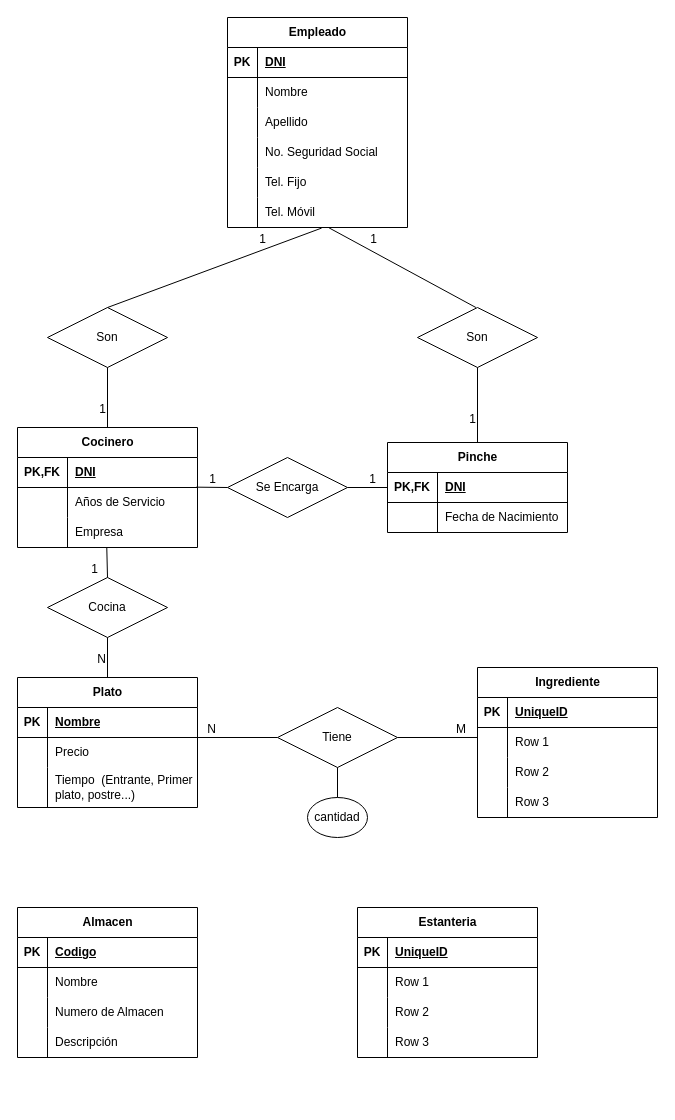
The draw.io diagram Ejercicio_13_Empresa_de_Comidas.drawio in BasementHalfStackDev/ejercicios-ud12, before the edit. Source tidied: cells renumbered, new cells numbered last; positions are measured from the earlier drawing's top-left corner, leaving out a move shared by most shapes. Both pictures are drawn from the tidied source at 100%, with x=0, y=0 at pixel (17, 17).
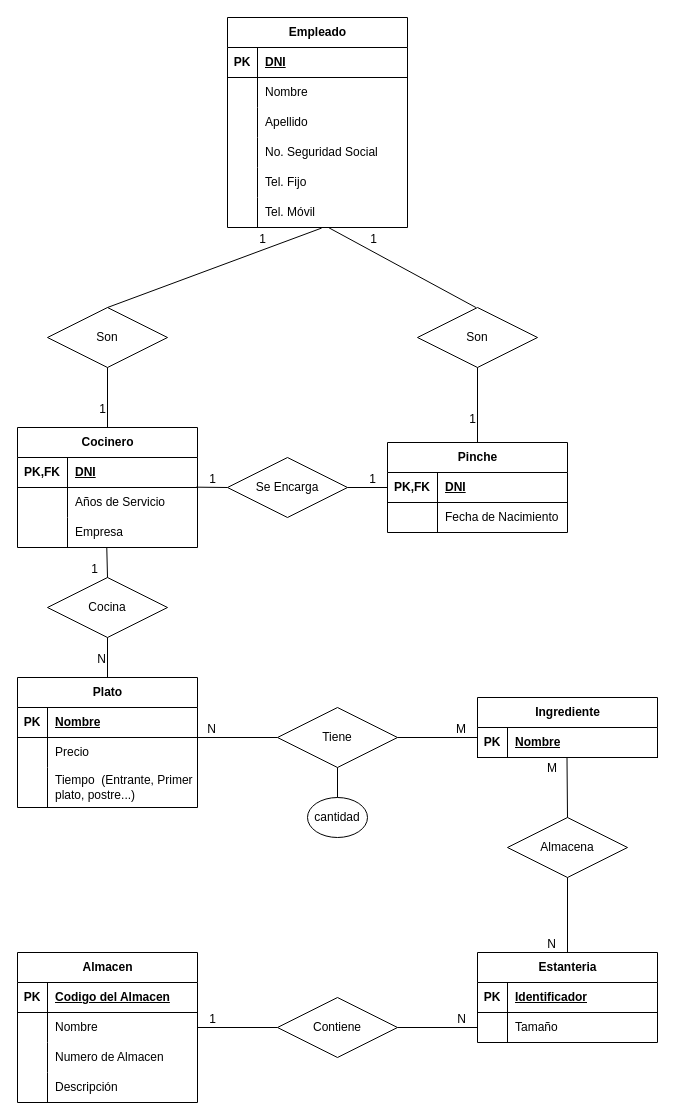
Above is the later version.

Unchanged cells that the change refers to:
```xml
<mxCell id="49" style="shape=tableRow;horizontal=0;startSize=0;swimlaneHead=0;swimlaneBody=0;fillColor=none;top=0;left=0;right=0;bottom=1;" parent="48" vertex="1">
  <mxGeometry y="30" width="180" height="30" as="geometry" />
</mxCell>
<mxCell id="81" value="Tiene" style="shape=rhombus;perimeter=rhombusPerimeter;whiteSpace=wrap;html=1;align=center;" parent="1" vertex="1">
  <mxGeometry x="260" y="690" width="120" height="60" as="geometry" />
</mxCell>
<mxCell id="89" style="shape=tableRow;horizontal=0;startSize=0;swimlaneHead=0;swimlaneBody=0;fillColor=none;top=0;left=0;right=0;bottom=1;" parent="88" vertex="1">
  <mxGeometry y="30" width="180" height="30" as="geometry" />
</mxCell>
<mxCell id="92" style="shape=tableRow;horizontal=0;startSize=0;swimlaneHead=0;swimlaneBody=0;fillColor=none;points=[[0,0.5],[1,0.5]];portConstraint=eastwest;top=0;left=0;right=0;bottom=0;" parent="88" vertex="1">
  <mxGeometry y="60" width="180" height="30" as="geometry" />
</mxCell>
<mxCell id="102" style="shape=tableRow;horizontal=0;startSize=0;swimlaneHead=0;swimlaneBody=0;fillColor=none;top=0;left=0;right=0;bottom=1;" parent="101" vertex="1">
  <mxGeometry y="30" width="180" height="30" as="geometry" />
</mxCell>
<mxCell id="105" style="shape=tableRow;horizontal=0;startSize=0;swimlaneHead=0;swimlaneBody=0;fillColor=none;points=[[0,0.5],[1,0.5]];portConstraint=eastwest;top=0;left=0;right=0;bottom=0;" parent="101" vertex="1">
  <mxGeometry y="60" width="180" height="30" as="geometry" />
</mxCell>
```

What changed in the source:
```diff
@@
     <mxCell id="48" value="Ingrediente" style="shape=table;startSize=30;childLayout=tableLayout;rowLines=0;fontStyle=1;align=center;html=1;" parent="1" vertex="1">
-      <mxGeometry x="460" y="650" width="180" height="150" as="geometry" />
+      <mxGeometry x="460" y="680" width="180" height="60" as="geometry" />
     </mxCell>
@@
-    <mxCell id="51" value="UniqueID" style="shape=partialRectangle;fillColor=none;top=0;left=0;bottom=0;right=0;align=left;spacingLeft=6;fontStyle=5;overflow=hidden;whiteSpace=wrap;html=1;" parent="49" vertex="1">
+    <mxCell id="51" value="Nombre" style="shape=partialRectangle;fillColor=none;top=0;left=0;bottom=0;right=0;align=left;spacingLeft=6;fontStyle=5;overflow=hidden;whiteSpace=wrap;html=1;" parent="49" vertex="1">
       <mxGeometry x="30" width="150" height="30" as="geometry" />
     </mxCell>
-    <mxCell id="52" style="shape=tableRow;horizontal=0;startSize=0;swimlaneHead=0;swimlaneBody=0;fillColor=none;points=[[0,0.5],[1,0.5]];portConstraint=eastwest;top=0;left=0;right=0;bottom=0;" parent="48" vertex="1">
-      <mxGeometry y="60" width="180" height="30" as="geometry" />
-    </mxCell>
-    <mxCell id="53" style="shape=partialRectangle;fillColor=none;top=0;left=0;bottom=0;right=0;overflow=hidden;whiteSpace=wrap;html=1;" parent="52" vertex="1">
-      <mxGeometry width="30" height="30" as="geometry" />
-    </mxCell>
-    <mxCell id="54" value="Row 1" style="shape=partialRectangle;fillColor=none;top=0;left=0;bottom=0;right=0;align=left;spacingLeft=6;overflow=hidden;whiteSpace=wrap;html=1;" parent="52" vertex="1">
-      <mxGeometry x="30" width="150" height="30" as="geometry" />
-    </mxCell>
-    <mxCell id="55" style="shape=tableRow;horizontal=0;startSize=0;swimlaneHead=0;swimlaneBody=0;fillColor=none;top=0;left=0;right=0;bottom=0;" parent="48" vertex="1">
-      <mxGeometry y="90" width="180" height="30" as="geometry" />
-    </mxCell>
-    <mxCell id="56" style="shape=partialRectangle;fillColor=none;top=0;left=0;bottom=0;right=0;overflow=hidden;whiteSpace=wrap;html=1;" parent="55" vertex="1">
-      <mxGeometry width="30" height="30" as="geometry" />
-    </mxCell>
-    <mxCell id="57" value="Row 2" style="shape=partialRectangle;fillColor=none;top=0;left=0;bottom=0;right=0;align=left;spacingLeft=6;overflow=hidden;whiteSpace=wrap;html=1;" parent="55" vertex="1">
-      <mxGeometry x="30" width="150" height="30" as="geometry" />
-    </mxCell>
-    <mxCell id="58" style="shape=tableRow;horizontal=0;startSize=0;swimlaneHead=0;swimlaneBody=0;fillColor=none;top=0;left=0;right=0;bottom=0;" parent="48" vertex="1">
-      <mxGeometry y="120" width="180" height="30" as="geometry" />
-    </mxCell>
-    <mxCell id="59" style="shape=partialRectangle;fillColor=none;top=0;left=0;bottom=0;right=0;overflow=hidden;whiteSpace=wrap;html=1;" parent="58" vertex="1">
-      <mxGeometry width="30" height="30" as="geometry" />
-    </mxCell>
-    <mxCell id="60" value="Row 3" style="shape=partialRectangle;fillColor=none;top=0;left=0;bottom=0;right=0;align=left;spacingLeft=6;overflow=hidden;whiteSpace=wrap;html=1;" parent="58" vertex="1">
-      <mxGeometry x="30" width="150" height="30" as="geometry" />
-    </mxCell>
@@
-    <mxCell id="86" style="endArrow=none;html=1;rounded=0;entryX=0;entryY=0.333;entryDx=0;entryDy=0;entryPerimeter=0;exitX=1;exitY=0.5;exitDx=0;exitDy=0;" parent="1" edge="1" source="81" target="52">
-      <mxGeometry relative="1" as="geometry" />
+    <mxCell id="86" style="endArrow=none;html=1;rounded=0;entryX=0;entryY=0.333;entryDx=0;entryDy=0;entryPerimeter=0;exitX=1;exitY=0.5;exitDx=0;exitDy=0;" parent="1" edge="1" source="81">
+      <mxGeometry relative="1" as="geometry">
+        <mxPoint x="460" y="720" as="targetPoint" />
+      </mxGeometry>
     </mxCell>
@@
     <mxCell id="88" value="Almacen" style="shape=table;startSize=30;childLayout=tableLayout;rowLines=0;fontStyle=1;align=center;html=1;" parent="1" vertex="1">
-      <mxGeometry y="890" width="180" height="150" as="geometry" />
+      <mxGeometry y="935" width="180" height="150" as="geometry" />
     </mxCell>
@@
-    <mxCell id="91" value="Codigo" style="shape=partialRectangle;fillColor=none;top=0;left=0;bottom=0;right=0;align=left;spacingLeft=6;fontStyle=5;overflow=hidden;whiteSpace=wrap;html=1;" parent="89" vertex="1">
+    <mxCell id="91" value="Codigo del Almacen" style="shape=partialRectangle;fillColor=none;top=0;left=0;bottom=0;right=0;align=left;spacingLeft=6;fontStyle=5;overflow=hidden;whiteSpace=wrap;html=1;" parent="89" vertex="1">
       <mxGeometry x="30" width="150" height="30" as="geometry" />
     </mxCell>
@@
     <mxCell id="101" value="Estanteria" style="shape=table;startSize=30;childLayout=tableLayout;rowLines=0;fontStyle=1;align=center;html=1;" parent="1" vertex="1">
-      <mxGeometry x="340" y="890" width="180" height="150" as="geometry" />
+      <mxGeometry x="460" y="935" width="180" height="90" as="geometry" />
     </mxCell>
@@
-    <mxCell id="104" value="UniqueID" style="shape=partialRectangle;fillColor=none;top=0;left=0;bottom=0;right=0;align=left;spacingLeft=6;fontStyle=5;overflow=hidden;whiteSpace=wrap;html=1;" parent="102" vertex="1">
+    <mxCell id="104" value="Identificador" style="shape=partialRectangle;fillColor=none;top=0;left=0;bottom=0;right=0;align=left;spacingLeft=6;fontStyle=5;overflow=hidden;whiteSpace=wrap;html=1;" parent="102" vertex="1">
       <mxGeometry x="30" width="150" height="30" as="geometry" />
     </mxCell>
@@
-    <mxCell id="107" value="Row 1" style="shape=partialRectangle;fillColor=none;top=0;left=0;bottom=0;right=0;align=left;spacingLeft=6;overflow=hidden;whiteSpace=wrap;html=1;" parent="105" vertex="1">
+    <mxCell id="107" value="Tamaño" style="shape=partialRectangle;fillColor=none;top=0;left=0;bottom=0;right=0;align=left;spacingLeft=6;overflow=hidden;whiteSpace=wrap;html=1;" parent="105" vertex="1">
       <mxGeometry x="30" width="150" height="30" as="geometry" />
     </mxCell>
-    <mxCell id="108" style="shape=tableRow;horizontal=0;startSize=0;swimlaneHead=0;swimlaneBody=0;fillColor=none;top=0;left=0;right=0;bottom=0;" parent="101" vertex="1">
-      <mxGeometry y="90" width="180" height="30" as="geometry" />
-    </mxCell>
-    <mxCell id="109" style="shape=partialRectangle;fillColor=none;top=0;left=0;bottom=0;right=0;overflow=hidden;whiteSpace=wrap;html=1;" parent="108" vertex="1">
-      <mxGeometry width="30" height="30" as="geometry" />
-    </mxCell>
-    <mxCell id="110" value="Row 2" style="shape=partialRectangle;fillColor=none;top=0;left=0;bottom=0;right=0;align=left;spacingLeft=6;overflow=hidden;whiteSpace=wrap;html=1;" parent="108" vertex="1">
-      <mxGeometry x="30" width="150" height="30" as="geometry" />
-    </mxCell>
-    <mxCell id="111" style="shape=tableRow;horizontal=0;startSize=0;swimlaneHead=0;swimlaneBody=0;fillColor=none;top=0;left=0;right=0;bottom=0;" parent="101" vertex="1">
-      <mxGeometry y="120" width="180" height="30" as="geometry" />
-    </mxCell>
-    <mxCell id="112" style="shape=partialRectangle;fillColor=none;top=0;left=0;bottom=0;right=0;overflow=hidden;whiteSpace=wrap;html=1;" parent="111" vertex="1">
-      <mxGeometry width="30" height="30" as="geometry" />
-    </mxCell>
-    <mxCell id="113" value="Row 3" style="shape=partialRectangle;fillColor=none;top=0;left=0;bottom=0;right=0;align=left;spacingLeft=6;overflow=hidden;whiteSpace=wrap;html=1;" parent="111" vertex="1">
-      <mxGeometry x="30" width="150" height="30" as="geometry" />
-    </mxCell>
+    <mxCell id="114" value="Contiene" style="shape=rhombus;perimeter=rhombusPerimeter;whiteSpace=wrap;html=1;align=center;" parent="1" vertex="1">
+      <mxGeometry x="260" y="980" width="120" height="60" as="geometry" />
+    </mxCell>
+    <mxCell id="115" style="endArrow=none;html=1;rounded=0;entryX=1;entryY=0.5;entryDx=0;entryDy=0;exitX=0;exitY=0.5;exitDx=0;exitDy=0;" parent="1" edge="1" source="114" target="92">
+      <mxGeometry relative="1" as="geometry" />
+    </mxCell>
+    <mxCell id="116" value="1" style="html=1;whiteSpace=wrap;align=right;verticalAlign=bottom;" parent="115" vertex="1">
+      <mxGeometry x="1" relative="1" as="geometry">
+        <mxPoint x="20" as="offset" />
+      </mxGeometry>
+    </mxCell>
+    <mxCell id="117" style="endArrow=none;html=1;rounded=0;entryX=0;entryY=0.5;entryDx=0;entryDy=0;exitX=1;exitY=0.5;exitDx=0;exitDy=0;" parent="1" edge="1" source="114" target="105">
+      <mxGeometry relative="1" as="geometry" />
+    </mxCell>
+    <mxCell id="118" value="N" style="html=1;whiteSpace=wrap;align=right;verticalAlign=bottom;" parent="117" vertex="1">
+      <mxGeometry x="1" relative="1" as="geometry">
+        <mxPoint x="-10" as="offset" />
+      </mxGeometry>
+    </mxCell>
+    <mxCell id="119" value="Almacena" style="shape=rhombus;perimeter=rhombusPerimeter;whiteSpace=wrap;html=1;align=center;" parent="1" vertex="1">
+      <mxGeometry x="490" y="800" width="120" height="60" as="geometry" />
+    </mxCell>
+    <mxCell id="120" style="endArrow=none;html=1;rounded=0;entryX=0.497;entryY=0.999;entryDx=0;entryDy=0;entryPerimeter=0;exitX=0.5;exitY=0;exitDx=0;exitDy=0;" parent="1" edge="1" source="119">
+      <mxGeometry relative="1" as="geometry">
+        <mxPoint x="549.5" y="740" as="targetPoint" />
+      </mxGeometry>
+    </mxCell>
+    <mxCell id="121" value="M" style="html=1;whiteSpace=wrap;align=right;verticalAlign=bottom;" parent="120" vertex="1">
+      <mxGeometry x="1" relative="1" as="geometry">
+        <mxPoint x="-9" y="19" as="offset" />
+      </mxGeometry>
+    </mxCell>
+    <mxCell id="122" style="endArrow=none;html=1;rounded=0;entryX=0.5;entryY=0;entryDx=0;entryDy=0;exitX=0.5;exitY=1;exitDx=0;exitDy=0;" parent="1" edge="1" source="119" target="101">
+      <mxGeometry relative="1" as="geometry" />
+    </mxCell>
+    <mxCell id="123" value="N" style="html=1;whiteSpace=wrap;align=right;verticalAlign=bottom;" parent="122" vertex="1">
+      <mxGeometry x="1" relative="1" as="geometry">
+        <mxPoint x="-10" as="offset" />
+      </mxGeometry>
+    </mxCell>
```
